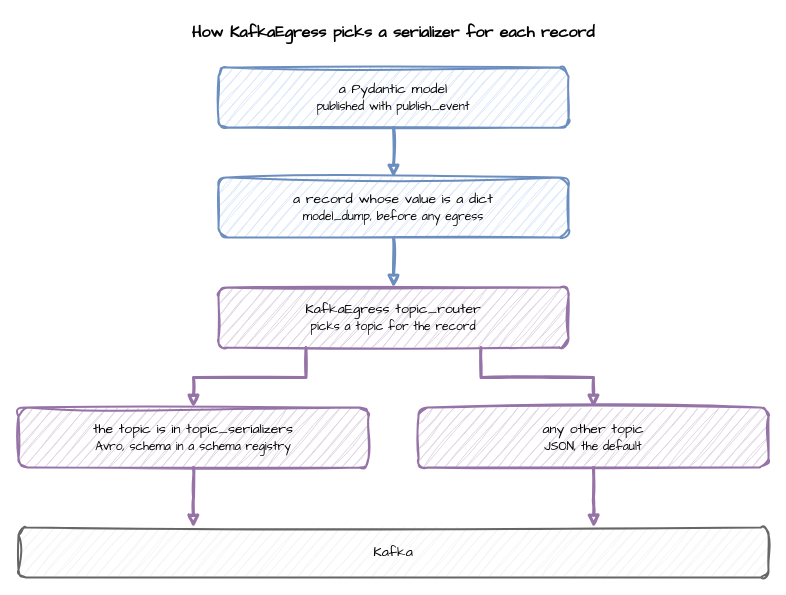
Earlier version of the draw.io diagram docs/assets/diagrams/serializer-routing.drawio (jaehyeon-kim/desflow). Source tidied: cells renumbered, new cells numbered last; positions are measured from the earlier drawing's top-left corner, leaving out a move shared by most shapes. Both pictures are drawn from the tidied source at 100%, with x=0, y=0 at pixel (18, 17).
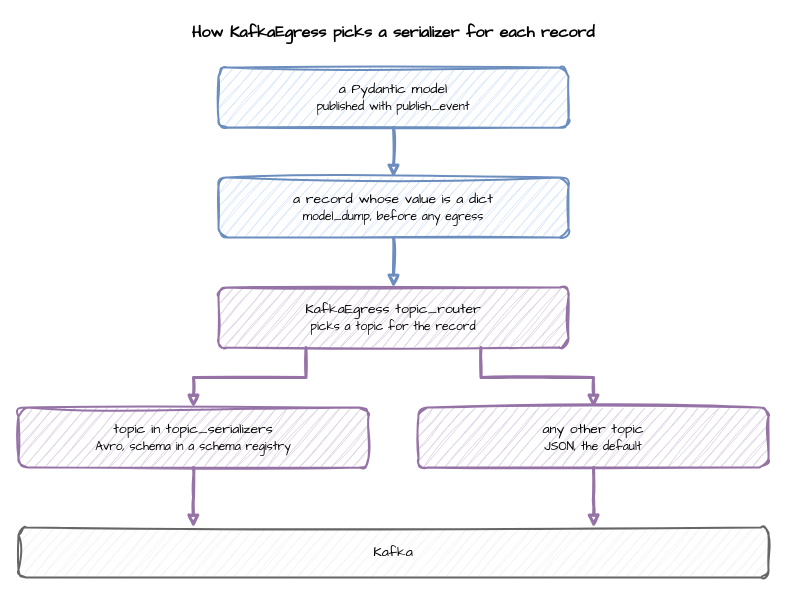
The same page after the edit.

The edit, as a diff of the source:
```diff
@@
 <mxGraphModel>
   <root>
     <mxCell id="0" />
     <mxCell id="1" parent="0" />
     <mxCell id="2" value="How KafkaEgress picks a serializer for each record" style="text;html=1;align=center;verticalAlign=middle;whiteSpace=wrap;fontFamily=Comic Sans MS;fontSize=16;fontStyle=1;" parent="1" vertex="1">
       <mxGeometry width="750" height="30" as="geometry" />
     </mxCell>
     <mxCell id="3" value="a Pydantic model&lt;br&gt;&lt;font style='font-size:12px'&gt;published with publish_event&lt;/font&gt;" style="rounded=1;whiteSpace=wrap;html=1;sketch=1;curveFitting=1;jiggle=2;fontFamily=Comic Sans MS;fontSize=14;fillColor=#dae8fc;strokeColor=#6c8ebf;strokeWidth=2;" parent="1" vertex="1">
       <mxGeometry x="200" y="50" width="350" height="60" as="geometry" />
     </mxCell>
     <mxCell id="4" value="a record whose value is a dict&lt;br&gt;&lt;font style='font-size:12px'&gt;model_dump, before any egress&lt;/font&gt;" style="rounded=1;whiteSpace=wrap;html=1;sketch=1;curveFitting=1;jiggle=2;fontFamily=Comic Sans MS;fontSize=14;fillColor=#dae8fc;strokeColor=#6c8ebf;strokeWidth=2;" parent="1" vertex="1">
       <mxGeometry x="200" y="160" width="350" height="60" as="geometry" />
     </mxCell>
     <mxCell id="5" value="KafkaEgress topic_router&lt;br&gt;&lt;font style='font-size:12px'&gt;picks a topic for the record&lt;/font&gt;" style="rounded=1;whiteSpace=wrap;html=1;sketch=1;curveFitting=1;jiggle=2;fontFamily=Comic Sans MS;fontSize=14;fillColor=#e1d5e7;strokeColor=#9673a6;strokeWidth=2;" parent="1" vertex="1">
       <mxGeometry x="200" y="270" width="350" height="60" as="geometry" />
     </mxCell>
-    <mxCell id="6" value="the topic is in topic_serializers&lt;br&gt;&lt;font style='font-size:12px'&gt;Avro, schema in a schema registry&lt;/font&gt;" style="rounded=1;whiteSpace=wrap;html=1;sketch=1;curveFitting=1;jiggle=2;fontFamily=Comic Sans MS;fontSize=14;fillColor=#e1d5e7;strokeColor=#9673a6;strokeWidth=2;" parent="1" vertex="1">
+    <mxCell id="6" value="topic in topic_serializers&lt;br&gt;&lt;font style='font-size:12px'&gt;Avro, schema in a schema registry&lt;/font&gt;" style="rounded=1;whiteSpace=wrap;html=1;sketch=1;curveFitting=1;jiggle=2;fontFamily=Comic Sans MS;fontSize=14;fillColor=#e1d5e7;strokeColor=#9673a6;strokeWidth=2;" parent="1" vertex="1">
       <mxGeometry y="390" width="350" height="60" as="geometry" />
     </mxCell>
     <mxCell id="7" value="any other topic&lt;br&gt;&lt;font style='font-size:12px'&gt;JSON, the default&lt;/font&gt;" style="rounded=1;whiteSpace=wrap;html=1;sketch=1;curveFitting=1;jiggle=2;fontFamily=Comic Sans MS;fontSize=14;fillColor=#e1d5e7;strokeColor=#9673a6;strokeWidth=2;" parent="1" vertex="1">
       <mxGeometry x="400" y="390" width="350" height="60" as="geometry" />
     </mxCell>
     <mxCell id="8" value="Kafka" style="rounded=1;whiteSpace=wrap;html=1;sketch=1;curveFitting=1;jiggle=2;fontFamily=Comic Sans MS;fontSize=14;fillColor=#f5f5f5;strokeColor=#666666;strokeWidth=2;" parent="1" vertex="1">
       <mxGeometry y="510" width="750" height="50" as="geometry" />
     </mxCell>
     <mxCell id="9" style="edgeStyle=orthogonalEdgeStyle;rounded=0;sketch=1;html=1;strokeWidth=3;endArrow=block;strokeColor=#6c8ebf;fontFamily=Comic Sans MS;fontSize=13;labelBackgroundColor=#ffffff;exitX=0.5;exitY=1;exitDx=0;exitDy=0;entryX=0.5;entryY=0;entryDx=0;entryDy=0;" parent="1" edge="1" source="3" target="4">
       <mxGeometry relative="1" as="geometry" />
     </mxCell>
     <mxCell id="10" style="edgeStyle=orthogonalEdgeStyle;rounded=0;sketch=1;html=1;strokeWidth=3;endArrow=block;strokeColor=#6c8ebf;fontFamily=Comic Sans MS;fontSize=13;labelBackgroundColor=#ffffff;exitX=0.5;exitY=1;exitDx=0;exitDy=0;entryX=0.5;entryY=0;entryDx=0;entryDy=0;" parent="1" edge="1" source="4" target="5">
       <mxGeometry relative="1" as="geometry" />
     </mxCell>
     <mxCell id="11" style="edgeStyle=orthogonalEdgeStyle;rounded=0;sketch=1;html=1;strokeWidth=3;endArrow=block;strokeColor=#9673a6;fontFamily=Comic Sans MS;fontSize=13;labelBackgroundColor=#ffffff;exitX=0.25;exitY=1;exitDx=0;exitDy=0;entryX=0.5;entryY=0;entryDx=0;entryDy=0;" parent="1" edge="1" source="5" target="6">
       <mxGeometry relative="1" as="geometry" />
     </mxCell>
     <mxCell id="12" style="edgeStyle=orthogonalEdgeStyle;rounded=0;sketch=1;html=1;strokeWidth=3;endArrow=block;strokeColor=#9673a6;fontFamily=Comic Sans MS;fontSize=13;labelBackgroundColor=#ffffff;exitX=0.75;exitY=1;exitDx=0;exitDy=0;entryX=0.5;entryY=0;entryDx=0;entryDy=0;" parent="1" edge="1" source="5" target="7">
       <mxGeometry relative="1" as="geometry" />
     </mxCell>
     <mxCell id="13" style="edgeStyle=orthogonalEdgeStyle;rounded=0;sketch=1;html=1;strokeWidth=3;endArrow=block;strokeColor=#9673a6;fontFamily=Comic Sans MS;fontSize=13;labelBackgroundColor=#ffffff;exitX=0.5;exitY=1;exitDx=0;exitDy=0;entryX=0.233;entryY=0;entryDx=0;entryDy=0;" parent="1" edge="1" source="6" target="8">
       <mxGeometry relative="1" as="geometry" />
     </mxCell>
     <mxCell id="14" style="edgeStyle=orthogonalEdgeStyle;rounded=0;sketch=1;html=1;strokeWidth=3;endArrow=block;strokeColor=#9673a6;fontFamily=Comic Sans MS;fontSize=13;labelBackgroundColor=#ffffff;exitX=0.5;exitY=1;exitDx=0;exitDy=0;entryX=0.767;entryY=0;entryDx=0;entryDy=0;" parent="1" edge="1" source="7" target="8">
       <mxGeometry relative="1" as="geometry" />
     </mxCell>
   </root>
 </mxGraphModel>
```
